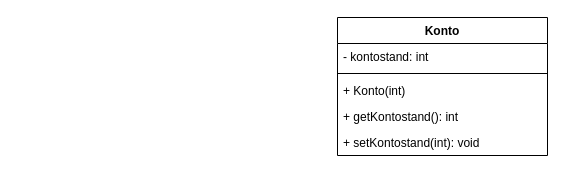
Before: page "Konto" (1 of 2) of konto.drawio in Timothy9O/02c_CodeLab_01, a draw.io diagram. Source tidied: cells renumbered, new cells numbered last; positions are measured from the earlier drawing's top-left corner, leaving out a move shared by most shapes. Both pictures are drawn from the tidied source at 100%, with x=0, y=0 at pixel (337, 17).
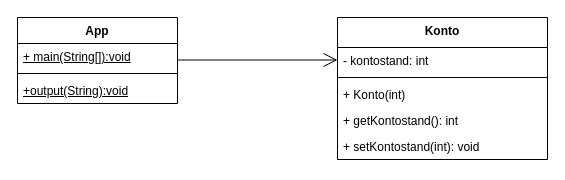
The same page after the edit.

Change to the diagram source:
```diff
@@
 <mxGraphModel>
   <root>
     <mxCell id="0" />
     <mxCell id="1" parent="0" />
-    <mxCell id="2" value="Konto" style="swimlane;fontStyle=1;align=center;verticalAlign=top;horizontal=1;startSize=26;" parent="1" vertex="1">
-      <mxGeometry width="210" height="138" as="geometry" />
+    <mxCell id="2" value="Konto" style="swimlane;fontStyle=1;align=center;verticalAlign=top;horizontal=1;startSize=30;" parent="1" vertex="1">
+      <mxGeometry width="210" height="142" as="geometry" />
     </mxCell>
     <mxCell id="3" value="- kontostand: int" style="text;strokeColor=none;fillColor=none;align=left;verticalAlign=top;spacingLeft=4;spacingRight=4;overflow=hidden;" parent="2" vertex="1">
-      <mxGeometry y="26" width="210" height="26" as="geometry" />
+      <mxGeometry y="30" width="210" height="26" as="geometry" />
     </mxCell>
     <mxCell id="4" style="line;strokeWidth=1;fillColor=none;align=left;verticalAlign=middle;spacingTop=-1;spacingLeft=3;spacingRight=3;labelPosition=right;" parent="2" vertex="1">
-      <mxGeometry y="52" width="210" height="8" as="geometry" />
+      <mxGeometry y="56" width="210" height="8" as="geometry" />
     </mxCell>
     <mxCell id="5" value="+ Konto(int)" style="text;strokeColor=none;fillColor=none;align=left;verticalAlign=top;spacingLeft=4;spacingRight=4;overflow=hidden;" parent="2" vertex="1">
-      <mxGeometry y="60" width="210" height="26" as="geometry" />
+      <mxGeometry y="64" width="210" height="26" as="geometry" />
     </mxCell>
     <mxCell id="6" value="+ getKontostand(): int" style="text;strokeColor=none;fillColor=none;align=left;verticalAlign=top;spacingLeft=4;spacingRight=4;overflow=hidden;" parent="2" vertex="1">
-      <mxGeometry y="86" width="210" height="26" as="geometry" />
+      <mxGeometry y="90" width="210" height="26" as="geometry" />
     </mxCell>
     <mxCell id="7" value="+ setKontostand(int): void" style="text;strokeColor=none;fillColor=none;align=left;verticalAlign=top;spacingLeft=4;spacingRight=4;overflow=hidden;" parent="2" vertex="1">
-      <mxGeometry y="112" width="210" height="26" as="geometry" />
+      <mxGeometry y="116" width="210" height="26" as="geometry" />
     </mxCell>
+    <mxCell id="8" value="App" style="swimlane;fontStyle=1;align=center;verticalAlign=top;horizontal=1;startSize=26;whiteSpace=wrap;html=1;" parent="1" vertex="1">
+      <mxGeometry x="-320" width="160" height="86" as="geometry" />
+    </mxCell>
+    <mxCell id="9" value="&lt;u&gt;+ main(String[]):void&lt;/u&gt;" style="text;strokeColor=none;fillColor=none;align=left;verticalAlign=top;spacingLeft=4;spacingRight=4;overflow=hidden;whiteSpace=wrap;html=1;" parent="8" vertex="1">
+      <mxGeometry y="26" width="160" height="26" as="geometry" />
+    </mxCell>
+    <mxCell id="10" style="line;strokeWidth=1;fillColor=none;align=left;verticalAlign=middle;spacingTop=-1;spacingLeft=3;spacingRight=3;labelPosition=right;strokeColor=inherit;" parent="8" vertex="1">
+      <mxGeometry y="52" width="160" height="8" as="geometry" />
+    </mxCell>
+    <mxCell id="11" value="&lt;u&gt;+output(String):void&lt;/u&gt;" style="text;strokeColor=none;fillColor=none;align=left;verticalAlign=top;spacingLeft=4;spacingRight=4;overflow=hidden;whiteSpace=wrap;html=1;" parent="8" vertex="1">
+      <mxGeometry y="60" width="160" height="26" as="geometry" />
+    </mxCell>
+    <mxCell id="12" style="endArrow=open;endFill=1;endSize=12;html=1;" parent="1" edge="1">
+      <mxGeometry relative="1" as="geometry">
+        <mxPoint x="-160" y="42.5" as="sourcePoint" />
+        <mxPoint y="42.5" as="targetPoint" />
+      </mxGeometry>
+    </mxCell>
   </root>
 </mxGraphModel>
```
